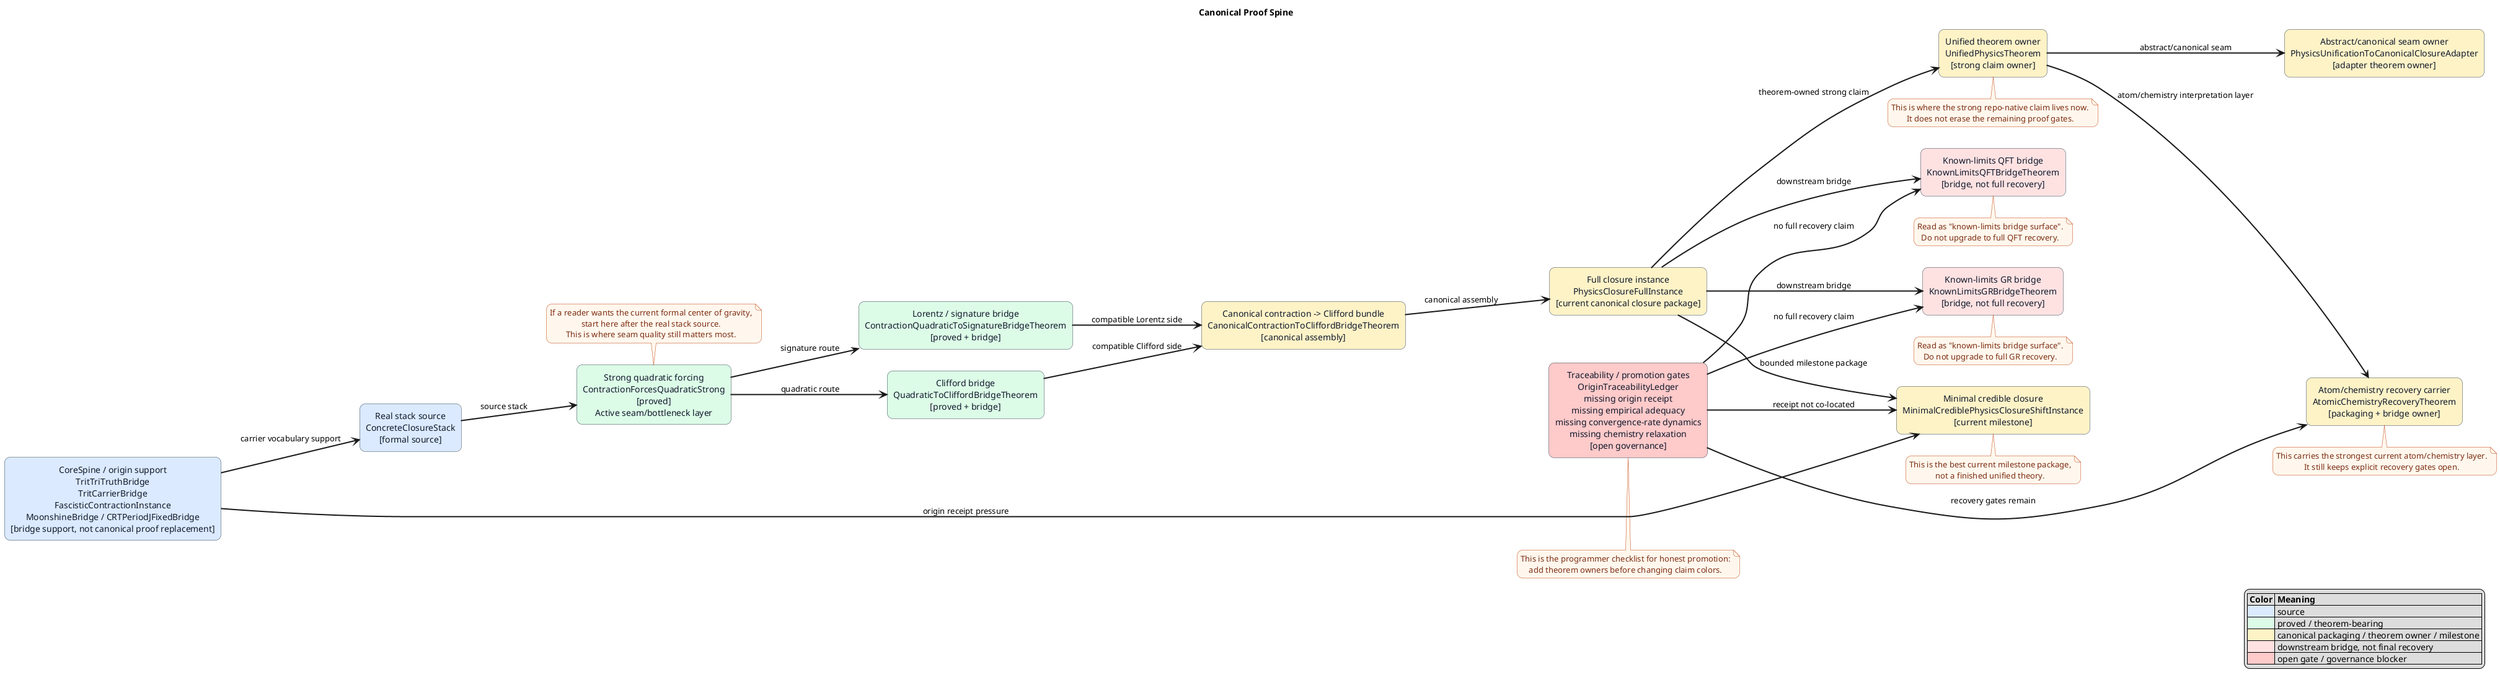
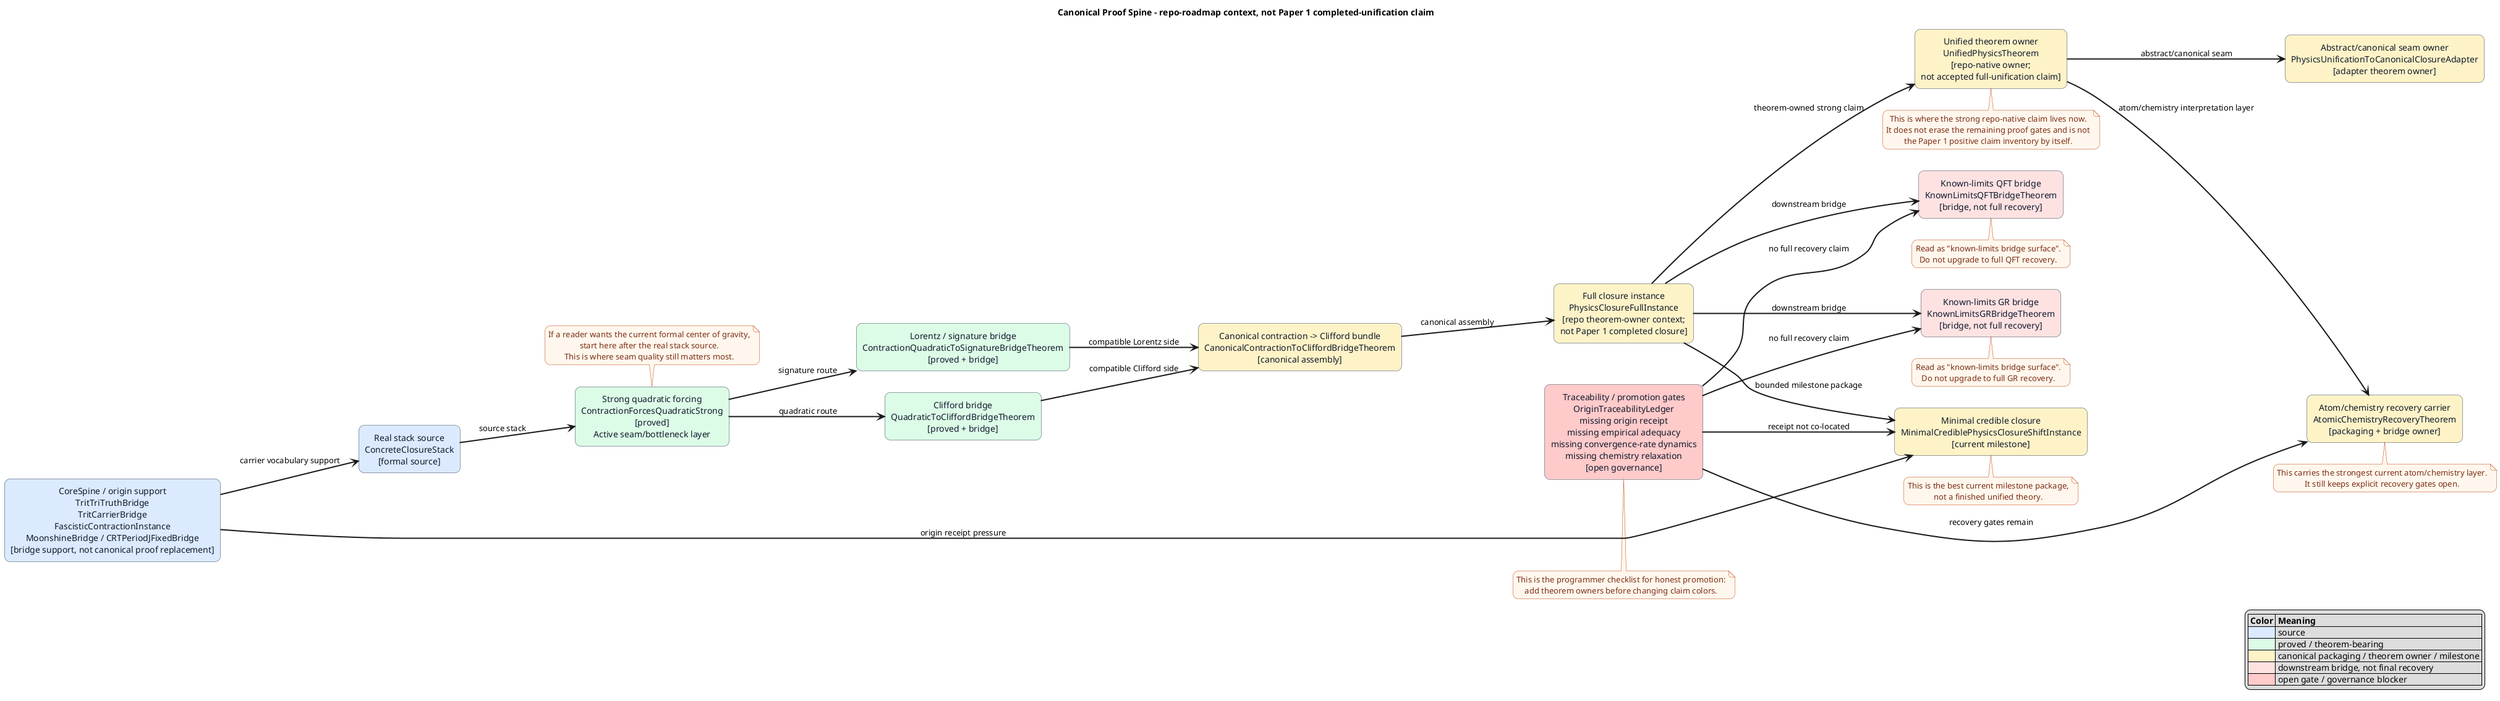
@startuml
- title Canonical Proof Spine
+ title Canonical Proof Spine - repo-roadmap context, not Paper 1 completed-unification claim
left to right direction

skinparam shadowing false
skinparam roundcorner 18
skinparam packageStyle rectangle
skinparam defaultTextAlignment center
skinparam ArrowThickness 2

skinparam package {
  BackgroundColor #f8fafc
  BorderColor #334155
  FontColor #0f172a
}

skinparam rectangle {
  BorderColor #334155
  FontColor #0f172a
}

skinparam note {
  BackgroundColor #fff7ed
  BorderColor #c2410c
  FontColor #7c2d12
}

rectangle "Real stack source\nConcreteClosureStack\n[formal source]" as RealStack #dbeafe
rectangle "Strong quadratic forcing\nContractionForcesQuadraticStrong\n[proved]\nActive seam/bottleneck layer" as StrongCQ #dcfce7
rectangle "Lorentz / signature bridge\nContractionQuadraticToSignatureBridgeTheorem\n[proved + bridge]" as SigBridge #dcfce7
rectangle "Clifford bridge\nQuadraticToCliffordBridgeTheorem\n[proved + bridge]" as CliffBridge #dcfce7
rectangle "Canonical contraction -> Clifford bundle\nCanonicalContractionToCliffordBridgeTheorem\n[canonical assembly]" as CliffBundle #fef3c7
- rectangle "Full closure instance\nPhysicsClosureFullInstance\n[current canonical closure package]" as FullClosure #fef3c7
- rectangle "Unified theorem owner\nUnifiedPhysicsTheorem\n[strong claim owner]" as UnifiedOwner #fef3c7
+ rectangle "Full closure instance\nPhysicsClosureFullInstance\n[repo theorem-owner context;\nnot Paper 1 completed closure]" as FullClosure #fef3c7
+ rectangle "Unified theorem owner\nUnifiedPhysicsTheorem\n[repo-native owner;\nnot accepted full-unification claim]" as UnifiedOwner #fef3c7
rectangle "Abstract/canonical seam owner\nPhysicsUnificationToCanonicalClosureAdapter\n[adapter theorem owner]" as AdapterOwner #fef3c7
rectangle "Atom/chemistry recovery carrier\nAtomicChemistryRecoveryTheorem\n[packaging + bridge owner]" as AtomOwner #fef3c7
rectangle "Minimal credible closure\nMinimalCrediblePhysicsClosureShiftInstance\n[current milestone]" as MinimalCredible #fef3c7
rectangle "Known-limits GR bridge\nKnownLimitsGRBridgeTheorem\n[bridge, not full recovery]" as GRBridge #fee2e2
rectangle "Known-limits QFT bridge\nKnownLimitsQFTBridgeTheorem\n[bridge, not full recovery]" as QFTBridge #fee2e2
rectangle "CoreSpine / origin support\nTritTriTruthBridge\nTritCarrierBridge\nFascisticContractionInstance\nMoonshineBridge / CRTPeriodJFixedBridge\n[bridge support, not canonical proof replacement]" as CoreSpineSupport #dbeafe
rectangle "Traceability / promotion gates\nOriginTraceabilityLedger\nmissing origin receipt\nmissing empirical adequacy\nmissing convergence-rate dynamics\nmissing chemistry relaxation\n[open governance]" as OriginGates #fecaca

RealStack --> StrongCQ : source stack
StrongCQ --> SigBridge : signature route
StrongCQ --> CliffBridge : quadratic route
SigBridge --> CliffBundle : compatible Lorentz side
CliffBridge --> CliffBundle : compatible Clifford side
CliffBundle --> FullClosure : canonical assembly
FullClosure --> UnifiedOwner : theorem-owned strong claim
UnifiedOwner --> AdapterOwner : abstract/canonical seam
UnifiedOwner --> AtomOwner : atom/chemistry interpretation layer
FullClosure --> MinimalCredible : bounded milestone package
FullClosure --> GRBridge : downstream bridge
FullClosure --> QFTBridge : downstream bridge
CoreSpineSupport --> RealStack : carrier vocabulary support
CoreSpineSupport --> MinimalCredible : origin receipt pressure
OriginGates --> MinimalCredible : receipt not co-located
OriginGates --> AtomOwner : recovery gates remain
OriginGates --> GRBridge : no full recovery claim
OriginGates --> QFTBridge : no full recovery claim

note top of StrongCQ
If a reader wants the current formal center of gravity,
start here after the real stack source.
This is where seam quality still matters most.
end note

note bottom of MinimalCredible
This is the best current milestone package,
not a finished unified theory.
end note

note bottom of UnifiedOwner
This is where the strong repo-native claim lives now.
- It does not erase the remaining proof gates.
+ It does not erase the remaining proof gates and is not
+ the Paper 1 positive claim inventory by itself.
end note

note bottom of AtomOwner
This carries the strongest current atom/chemistry layer.
It still keeps explicit recovery gates open.
end note

note bottom of GRBridge
Read as "known-limits bridge surface".
Do not upgrade to full GR recovery.
end note

note bottom of QFTBridge
Read as "known-limits bridge surface".
Do not upgrade to full QFT recovery.
end note

note bottom of OriginGates
This is the programmer checklist for honest promotion:
add theorem owners before changing claim colors.
end note

legend right
|= Color |= Meaning |
|<#dbeafe>| source |
|<#dcfce7>| proved / theorem-bearing |
|<#fef3c7>| canonical packaging / theorem owner / milestone |
|<#fee2e2>| downstream bridge, not final recovery |
|<#fecaca>| open gate / governance blocker |
endlegend

@enduml
